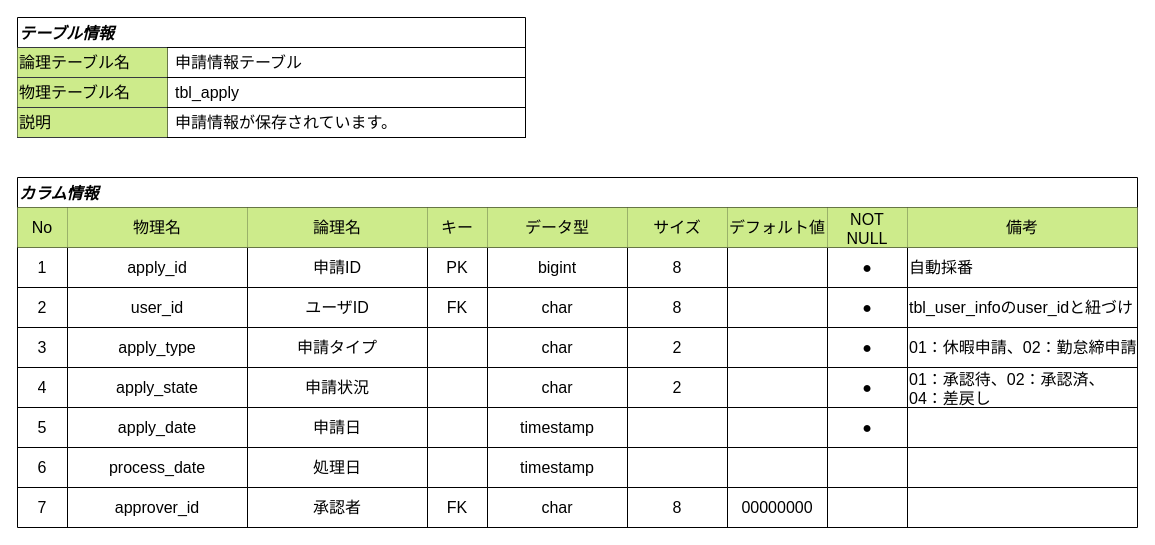
Before: docs/database/tbl_apply.drawio in youkobaske/agentSupport-attendanceSystem, a draw.io diagram. Source tidied: cells renumbered, new cells numbered last; positions are measured from the earlier drawing's top-left corner, leaving out a move shared by most shapes. Both pictures are drawn from the tidied source at 100%, with x=0, y=0 at pixel (17, 17).
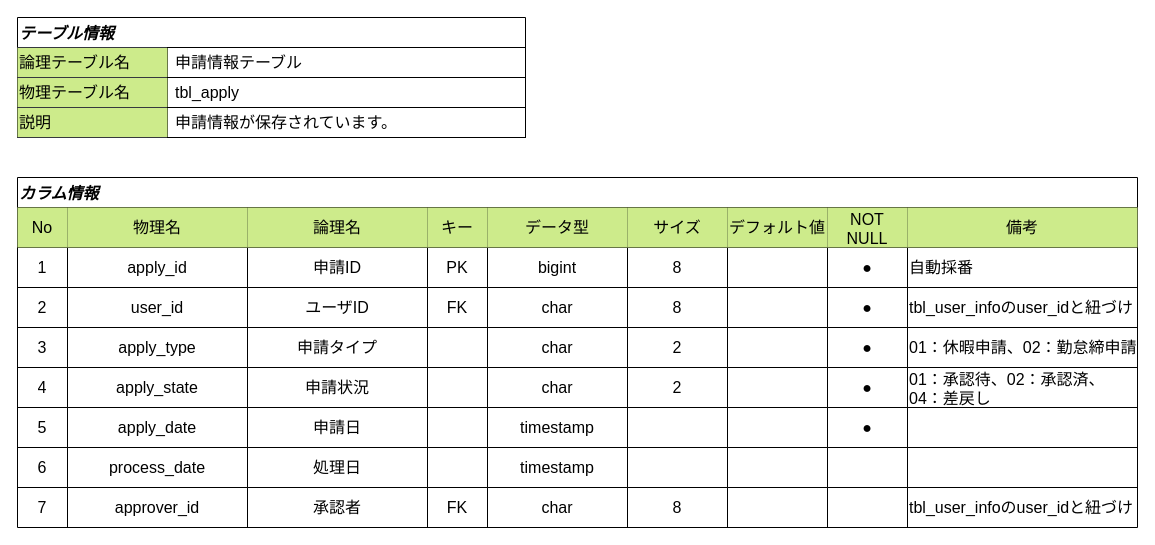
Above is the later version.

Unchanged cells that the change refers to:
```xml
<mxCell id="83" style="shape=tableRow;horizontal=0;startSize=0;swimlaneHead=0;swimlaneBody=0;strokeColor=inherit;top=0;left=0;bottom=0;right=0;fillColor=none;fontSize=16;" parent="12" vertex="1">
  <mxGeometry y="310" width="1120" height="40" as="geometry" />
</mxCell>
```

Diff of the diagram source:
```diff
@@
-    <mxCell id="90" value="00000000" style="shape=partialRectangle;html=1;whiteSpace=wrap;strokeColor=inherit;overflow=hidden;fillColor=none;top=0;left=0;bottom=0;right=0;fontSize=16;" parent="83" vertex="1">
+    <mxCell id="90" style="shape=partialRectangle;html=1;whiteSpace=wrap;strokeColor=inherit;overflow=hidden;fillColor=none;top=0;left=0;bottom=0;right=0;fontSize=16;" parent="83" vertex="1">
       <mxGeometry x="710" width="100" height="40" as="geometry" />
     </mxCell>
@@
-    <mxCell id="92" style="shape=partialRectangle;html=1;whiteSpace=wrap;strokeColor=inherit;overflow=hidden;fillColor=none;top=0;left=0;bottom=0;right=0;fontSize=16;align=left;" parent="83" vertex="1">
+    <mxCell id="92" value="tbl_user_infoのuser_idと紐づけ" style="shape=partialRectangle;html=1;whiteSpace=wrap;strokeColor=inherit;overflow=hidden;fillColor=none;top=0;left=0;bottom=0;right=0;fontSize=16;align=left;" parent="83" vertex="1">
       <mxGeometry x="890" width="230" height="40" as="geometry" />
     </mxCell>
```
